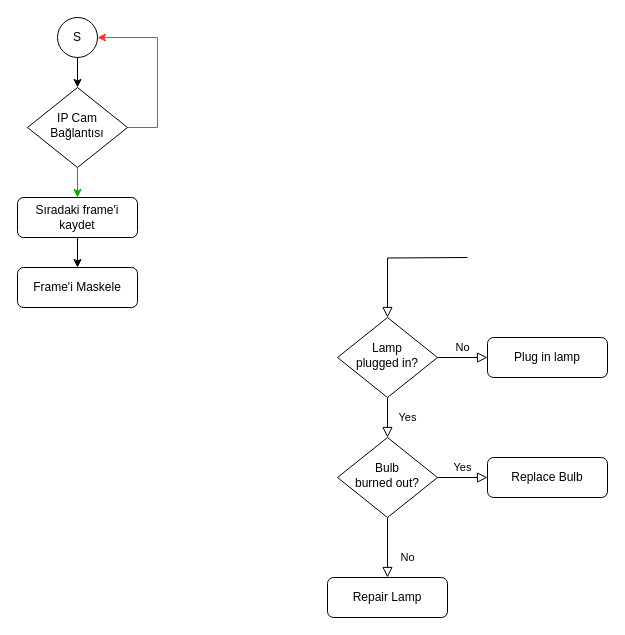
anilberg/My-Diagrams keeps this draw.io diagram as Bitirme 1 - Schematics/sunum.drawio. Above is the earlier version. Source tidied: cells renumbered, new cells numbered last; positions are measured from the earlier drawing's top-left corner, leaving out a move shared by most shapes. Both pictures are drawn from the tidied source at 100%, with x=0, y=0 at pixel (17, 17).
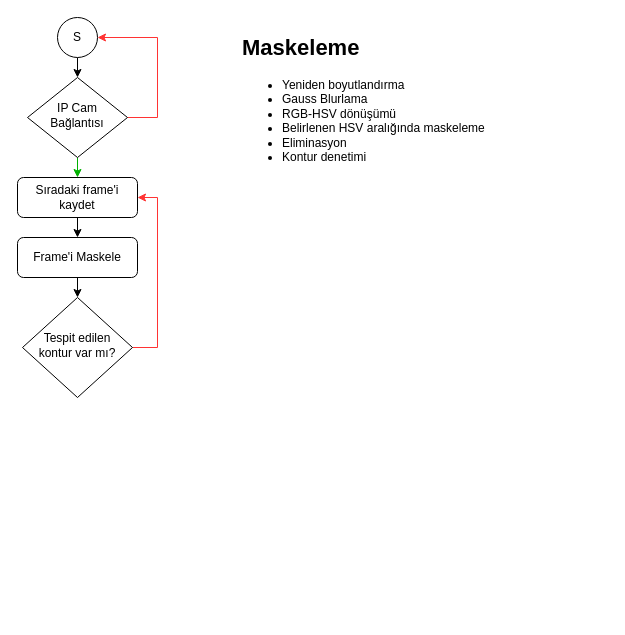
The same diagram, later.

The change refers to these unchanged cells:
```xml
<mxCell id="15" value="S" style="ellipse;whiteSpace=wrap;html=1;" parent="1" vertex="1">
  <mxGeometry x="40" width="40" height="40" as="geometry" />
</mxCell>
```

Change to the diagram source:
```diff
@@
-    <mxCell id="2" style="rounded=0;html=1;jettySize=auto;fontSize=11;endArrow=block;endFill=0;endSize=8;strokeWidth=1;shadow=0;labelBackgroundColor=none;edgeStyle=orthogonalEdgeStyle;" parent="1" edge="1" target="7">
-      <mxGeometry relative="1" as="geometry">
-        <mxPoint x="450" y="240" as="sourcePoint" />
-      </mxGeometry>
-    </mxCell>
@@
     <mxCell id="4" value="Sıradaki frame'i kaydet" style="rounded=1;whiteSpace=wrap;html=1;fontSize=12;glass=0;strokeWidth=1;shadow=0;" parent="1" vertex="1">
-      <mxGeometry y="180" width="120" height="40" as="geometry" />
+      <mxGeometry y="160" width="120" height="40" as="geometry" />
     </mxCell>
-    <mxCell id="5" value="Yes" style="rounded=0;html=1;jettySize=auto;fontSize=11;endArrow=block;endFill=0;endSize=8;strokeWidth=1;shadow=0;labelBackgroundColor=none;edgeStyle=orthogonalEdgeStyle;" parent="1" edge="1" source="7" target="11">
-      <mxGeometry y="20" relative="1" as="geometry" />
-    </mxCell>
-    <mxCell id="6" value="No" style="edgeStyle=orthogonalEdgeStyle;rounded=0;html=1;jettySize=auto;fontSize=11;endArrow=block;endFill=0;endSize=8;strokeWidth=1;shadow=0;labelBackgroundColor=none;" parent="1" edge="1" source="7" target="8">
-      <mxGeometry y="10" relative="1" as="geometry" />
-    </mxCell>
-    <mxCell id="7" value="Lamp&lt;br&gt;plugged in?" style="rhombus;whiteSpace=wrap;html=1;shadow=0;fontFamily=Helvetica;fontSize=12;align=center;strokeWidth=1;spacing=6;spacingTop=-4;" parent="1" vertex="1">
-      <mxGeometry x="320" y="300" width="100" height="80" as="geometry" />
-    </mxCell>
-    <mxCell id="8" value="Plug in lamp" style="rounded=1;whiteSpace=wrap;html=1;fontSize=12;glass=0;strokeWidth=1;shadow=0;" parent="1" vertex="1">
-      <mxGeometry x="470" y="320" width="120" height="40" as="geometry" />
-    </mxCell>
-    <mxCell id="9" value="No" style="rounded=0;html=1;jettySize=auto;fontSize=11;endArrow=block;endFill=0;endSize=8;strokeWidth=1;shadow=0;labelBackgroundColor=none;edgeStyle=orthogonalEdgeStyle;" parent="1" edge="1" source="11" target="12">
-      <mxGeometry x="0.33" y="20" relative="1" as="geometry" />
-    </mxCell>
-    <mxCell id="10" value="Yes" style="edgeStyle=orthogonalEdgeStyle;rounded=0;html=1;jettySize=auto;fontSize=11;endArrow=block;endFill=0;endSize=8;strokeWidth=1;shadow=0;labelBackgroundColor=none;" parent="1" edge="1" source="11" target="13">
-      <mxGeometry y="10" relative="1" as="geometry" />
-    </mxCell>
-    <mxCell id="11" value="Bulb&lt;br&gt;burned out?" style="rhombus;whiteSpace=wrap;html=1;shadow=0;fontFamily=Helvetica;fontSize=12;align=center;strokeWidth=1;spacing=6;spacingTop=-4;" parent="1" vertex="1">
-      <mxGeometry x="320" y="420" width="100" height="80" as="geometry" />
-    </mxCell>
-    <mxCell id="12" value="Repair Lamp" style="rounded=1;whiteSpace=wrap;html=1;fontSize=12;glass=0;strokeWidth=1;shadow=0;" parent="1" vertex="1">
-      <mxGeometry x="310" y="560" width="120" height="40" as="geometry" />
-    </mxCell>
-    <mxCell id="13" value="Replace Bulb" style="rounded=1;whiteSpace=wrap;html=1;fontSize=12;glass=0;strokeWidth=1;shadow=0;" parent="1" vertex="1">
-      <mxGeometry x="470" y="440" width="120" height="40" as="geometry" />
-    </mxCell>
@@
     <mxCell id="16" style="edgeStyle=orthogonalEdgeStyle;rounded=0;jettySize=auto;html=1;exitX=1;exitY=0.5;exitDx=0;exitDy=0;entryX=1;entryY=0.5;entryDx=0;entryDy=0;strokeColor=#FF3333;" parent="1" edge="1" source="18" target="15">
       <mxGeometry relative="1" as="geometry">
         <Array as="points">
-          <mxPoint x="140" y="110" />
+          <mxPoint x="140" y="100" />
           <mxPoint x="140" y="20" />
         </Array>
       </mxGeometry>
     </mxCell>
@@
     <mxCell id="18" value="IP Cam Bağlantısı" style="rhombus;whiteSpace=wrap;html=1;shadow=0;fontFamily=Helvetica;fontSize=12;align=center;strokeWidth=1;spacing=6;spacingTop=-4;" parent="1" vertex="1">
-      <mxGeometry x="10" y="70" width="100" height="80" as="geometry" />
+      <mxGeometry x="10" y="60" width="100" height="80" as="geometry" />
     </mxCell>
+    <mxCell id="20" style="edgeStyle=orthogonalEdgeStyle;rounded=0;jettySize=auto;html=1;exitX=0.5;exitY=1;exitDx=0;exitDy=0;entryX=0.5;entryY=0;entryDx=0;entryDy=0;fontSize=22;strokeColor=#000000;" parent="1" edge="1" source="19" target="23">
+      <mxGeometry relative="1" as="geometry" />
+    </mxCell>
     <mxCell id="19" value="Frame'i Maskele" style="rounded=1;whiteSpace=wrap;html=1;fontSize=12;glass=0;strokeWidth=1;shadow=0;" parent="1" vertex="1">
-      <mxGeometry y="250" width="120" height="40" as="geometry" />
+      <mxGeometry y="220" width="120" height="40" as="geometry" />
     </mxCell>
+    <mxCell id="21" value="&lt;h1&gt;&lt;font style=&quot;font-size: 22px;&quot;&gt;Maskeleme&lt;/font&gt;&lt;/h1&gt;&lt;div&gt;&lt;ul&gt;&lt;li&gt;Yeniden boyutlandırma&lt;/li&gt;&lt;li&gt;Gauss Blurlama&lt;/li&gt;&lt;li&gt;RGB-HSV dönüşümü&lt;/li&gt;&lt;li&gt;Belirlenen HSV aralığında maskeleme&lt;/li&gt;&lt;li&gt;Eliminasyon&lt;/li&gt;&lt;li&gt;Kontur denetimi&lt;/li&gt;&lt;/ul&gt;&lt;/div&gt;" style="text;html=1;strokeColor=none;fillColor=none;spacing=5;spacingTop=-20;whiteSpace=wrap;overflow=hidden;rounded=0;" parent="1" vertex="1">
+      <mxGeometry x="220" y="10" width="260" height="140" as="geometry" />
+    </mxCell>
+    <mxCell id="22" style="edgeStyle=orthogonalEdgeStyle;rounded=0;jettySize=auto;html=1;fontSize=22;strokeColor=#FF3333;entryX=1;entryY=0.5;entryDx=0;entryDy=0;" parent="1" edge="1" source="23" target="4">
+      <mxGeometry relative="1" as="geometry">
+        <Array as="points">
+          <mxPoint x="140" y="330" />
+          <mxPoint x="140" y="180" />
+        </Array>
+      </mxGeometry>
+    </mxCell>
+    <mxCell id="23" value="Tespit edilen kontur var mı?" style="rhombus;whiteSpace=wrap;html=1;shadow=0;fontFamily=Helvetica;fontSize=12;align=center;strokeWidth=1;spacing=6;spacingTop=-4;" parent="1" vertex="1">
+      <mxGeometry x="5" y="280" width="110" height="100" as="geometry" />
+    </mxCell>
```
